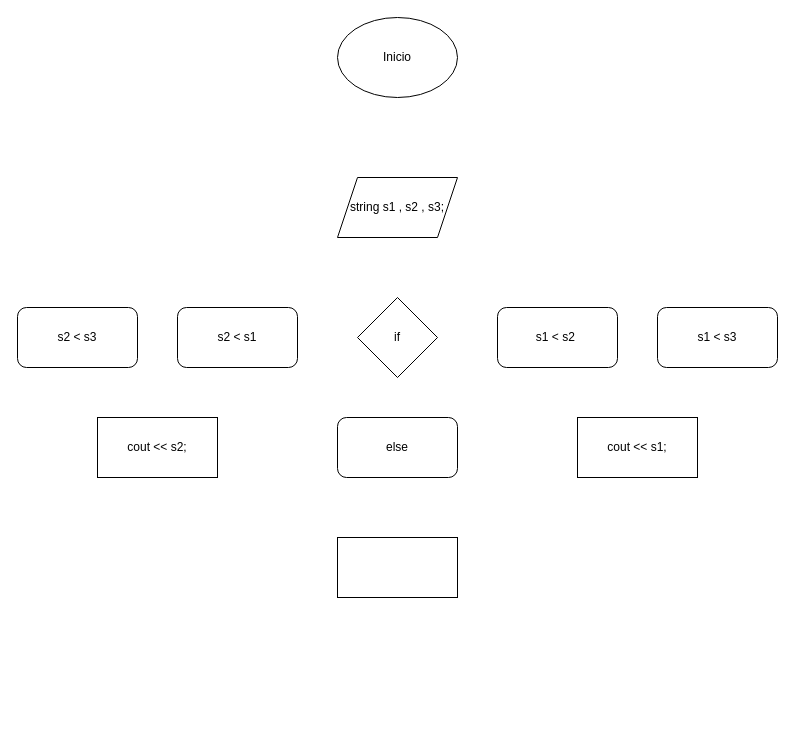
Before: diagrama1.drawio in EduardoZuritaz/diagramas, a draw.io diagram. Source tidied: cells renumbered, new cells numbered last; positions are measured from the earlier drawing's top-left corner, leaving out a move shared by most shapes. Both pictures are drawn from the tidied source at 100%, with x=0, y=0 at pixel (17, 17).
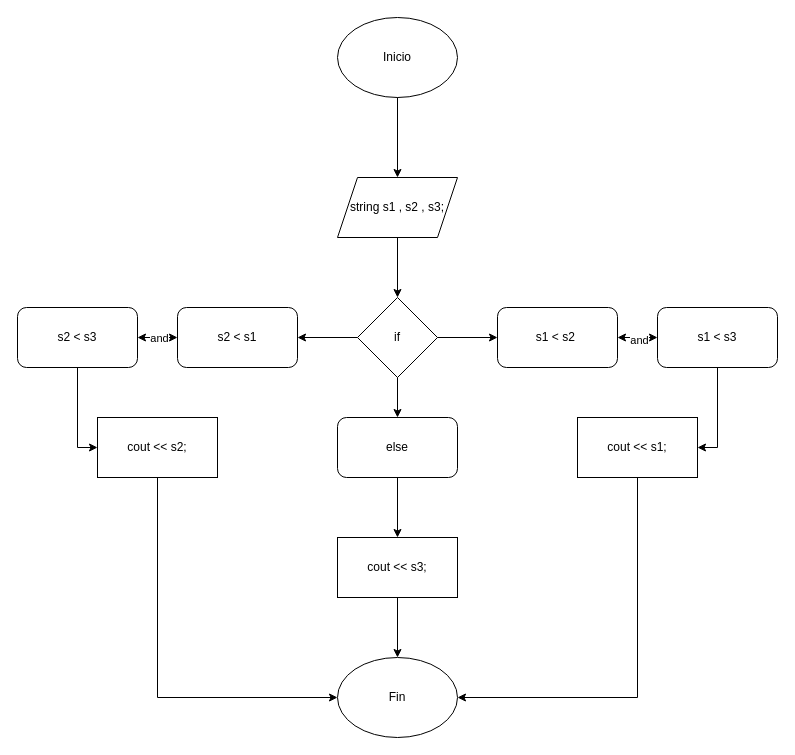
After the change.

Unchanged cells that the change refers to:
```xml
<mxCell id="2" value="Inicio" style="ellipse;whiteSpace=wrap;html=1;" parent="1" vertex="1">
  <mxGeometry x="320" width="120" height="80" as="geometry" />
</mxCell>
<mxCell id="3" value="string s1 , s2 , s3;" style="shape=parallelogram;perimeter=parallelogramPerimeter;whiteSpace=wrap;html=1;fixedSize=1;" parent="1" vertex="1">
  <mxGeometry x="320" y="160" width="120" height="60" as="geometry" />
</mxCell>
<mxCell id="4" value="if" style="rhombus;whiteSpace=wrap;html=1;" parent="1" vertex="1">
  <mxGeometry x="340" y="280" width="80" height="80" as="geometry" />
</mxCell>
<mxCell id="5" value="s1 &amp;lt; s2&amp;nbsp;" style="rounded=1;whiteSpace=wrap;html=1;" parent="1" vertex="1">
  <mxGeometry x="480" y="290" width="120" height="60" as="geometry" />
</mxCell>
<mxCell id="6" value="s1 &amp;lt; s3" style="rounded=1;whiteSpace=wrap;html=1;" parent="1" vertex="1">
  <mxGeometry x="640" y="290" width="120" height="60" as="geometry" />
</mxCell>
<mxCell id="7" value="cout &amp;lt;&amp;lt; s1;" style="rounded=0;whiteSpace=wrap;html=1;" parent="1" vertex="1">
  <mxGeometry x="560" y="400" width="120" height="60" as="geometry" />
</mxCell>
<mxCell id="8" value="s2 &amp;lt; s1" style="rounded=1;whiteSpace=wrap;html=1;" parent="1" vertex="1">
  <mxGeometry x="160" y="290" width="120" height="60" as="geometry" />
</mxCell>
<mxCell id="9" value="s2 &amp;lt; s3" style="rounded=1;whiteSpace=wrap;html=1;" parent="1" vertex="1">
  <mxGeometry y="290" width="120" height="60" as="geometry" />
</mxCell>
<mxCell id="10" value="cout &amp;lt;&amp;lt; s2;" style="rounded=0;whiteSpace=wrap;html=1;" parent="1" vertex="1">
  <mxGeometry x="80" y="400" width="120" height="60" as="geometry" />
</mxCell>
<mxCell id="11" value="else" style="rounded=1;whiteSpace=wrap;html=1;" parent="1" vertex="1">
  <mxGeometry x="320" y="400" width="120" height="60" as="geometry" />
</mxCell>
```

What changed in the source:
```diff
@@
-    <mxCell id="12" style="rounded=0;whiteSpace=wrap;html=1;" parent="1" vertex="1">
+    <mxCell id="12" value="cout &amp;lt;&amp;lt; s3;" style="rounded=0;whiteSpace=wrap;html=1;" parent="1" vertex="1">
       <mxGeometry x="320" y="520" width="120" height="60" as="geometry" />
     </mxCell>
+    <mxCell id="13" style="endArrow=classic;html=1;rounded=0;exitX=0.5;exitY=1;exitDx=0;exitDy=0;entryX=0.5;entryY=0;entryDx=0;entryDy=0;" parent="1" edge="1" source="2" target="3">
+      <mxGeometry relative="1" as="geometry" />
+    </mxCell>
+    <mxCell id="14" style="endArrow=classic;html=1;rounded=0;exitX=0.5;exitY=1;exitDx=0;exitDy=0;entryX=0.5;entryY=0;entryDx=0;entryDy=0;" parent="1" edge="1" source="3" target="4">
+      <mxGeometry relative="1" as="geometry" />
+    </mxCell>
+    <mxCell id="15" value="Fin" style="ellipse;whiteSpace=wrap;html=1;" parent="1" vertex="1">
+      <mxGeometry x="320" y="640" width="120" height="80" as="geometry" />
+    </mxCell>
+    <mxCell id="16" style="endArrow=classic;html=1;rounded=0;exitX=1;exitY=0.5;exitDx=0;exitDy=0;entryX=0;entryY=0.5;entryDx=0;entryDy=0;" parent="1" edge="1" source="4" target="5">
+      <mxGeometry relative="1" as="geometry" />
+    </mxCell>
+    <mxCell id="17" style="endArrow=classic;html=1;rounded=0;exitX=0;exitY=0.5;exitDx=0;exitDy=0;entryX=1;entryY=0.5;entryDx=0;entryDy=0;" parent="1" edge="1" source="4" target="8">
+      <mxGeometry relative="1" as="geometry" />
+    </mxCell>
+    <mxCell id="18" style="endArrow=classic;startArrow=classic;html=1;rounded=0;exitX=1;exitY=0.5;exitDx=0;exitDy=0;entryX=0;entryY=0.5;entryDx=0;entryDy=0;" parent="1" edge="1" source="5" target="6">
+      <mxGeometry relative="1" as="geometry" />
+    </mxCell>
+    <mxCell id="19" value="and" style="edgeLabel;html=1;align=center;verticalAlign=middle;" parent="18" vertex="1">
+      <mxGeometry x="0.05" y="-2" relative="1" as="geometry" />
+    </mxCell>
+    <mxCell id="20" style="endArrow=classic;startArrow=classic;html=1;rounded=0;exitX=1;exitY=0.5;exitDx=0;exitDy=0;entryX=0;entryY=0.5;entryDx=0;entryDy=0;" parent="1" edge="1" source="9" target="8">
+      <mxGeometry relative="1" as="geometry" />
+    </mxCell>
+    <mxCell id="21" value="and" style="edgeLabel;html=1;align=center;verticalAlign=middle;" parent="20" vertex="1">
+      <mxGeometry x="0.05" relative="1" as="geometry" />
+    </mxCell>
+    <mxCell id="22" style="endArrow=classic;html=1;rounded=0;exitX=0.5;exitY=1;exitDx=0;exitDy=0;entryX=1;entryY=0.5;entryDx=0;entryDy=0;" parent="1" edge="1" source="6" target="7">
+      <mxGeometry relative="1" as="geometry">
+        <Array as="points">
+          <mxPoint x="700" y="430" />
+        </Array>
+      </mxGeometry>
+    </mxCell>
+    <mxCell id="23" style="endArrow=classic;html=1;rounded=0;exitX=0.5;exitY=1;exitDx=0;exitDy=0;entryX=0;entryY=0.5;entryDx=0;entryDy=0;" parent="1" edge="1" source="9" target="10">
+      <mxGeometry relative="1" as="geometry">
+        <Array as="points">
+          <mxPoint x="60" y="430" />
+        </Array>
+      </mxGeometry>
+    </mxCell>
+    <mxCell id="24" style="endArrow=classic;html=1;rounded=0;exitX=0.5;exitY=1;exitDx=0;exitDy=0;entryX=0.5;entryY=0;entryDx=0;entryDy=0;" parent="1" edge="1" source="4" target="11">
+      <mxGeometry relative="1" as="geometry" />
+    </mxCell>
+    <mxCell id="25" style="endArrow=classic;html=1;rounded=0;exitX=0.5;exitY=1;exitDx=0;exitDy=0;entryX=0.5;entryY=0;entryDx=0;entryDy=0;" parent="1" edge="1" source="11" target="12">
+      <mxGeometry relative="1" as="geometry" />
+    </mxCell>
+    <mxCell id="26" style="endArrow=classic;html=1;rounded=0;exitX=0.5;exitY=1;exitDx=0;exitDy=0;entryX=0.5;entryY=0;entryDx=0;entryDy=0;" parent="1" edge="1" source="12" target="15">
+      <mxGeometry relative="1" as="geometry" />
+    </mxCell>
+    <mxCell id="27" style="endArrow=classic;html=1;rounded=0;exitX=0.5;exitY=1;exitDx=0;exitDy=0;entryX=1;entryY=0.5;entryDx=0;entryDy=0;" parent="1" edge="1" source="7" target="15">
+      <mxGeometry relative="1" as="geometry">
+        <Array as="points">
+          <mxPoint x="620" y="680" />
+        </Array>
+      </mxGeometry>
+    </mxCell>
+    <mxCell id="28" style="endArrow=classic;html=1;rounded=0;exitX=0.5;exitY=1;exitDx=0;exitDy=0;entryX=0;entryY=0.5;entryDx=0;entryDy=0;" parent="1" edge="1" source="10" target="15">
+      <mxGeometry relative="1" as="geometry">
+        <Array as="points">
+          <mxPoint x="140" y="680" />
+        </Array>
+      </mxGeometry>
+    </mxCell>
```
